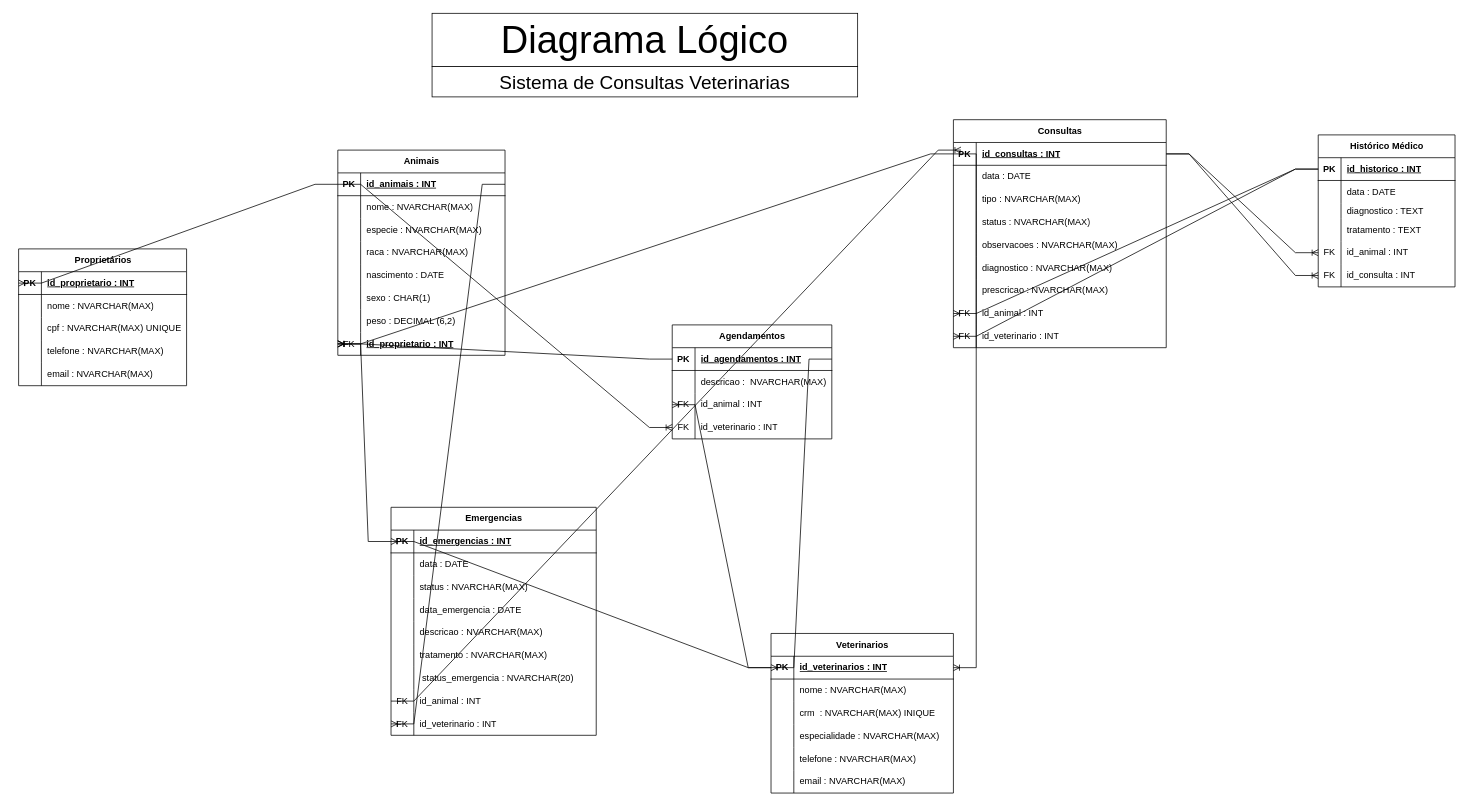
The draw.io diagram page "DiagramaLogico" (2 of 2) of Exercícios/Lista 2 - Banco de Dados/DiagramaLogicoVeterinario.drawio in GabrielRochaGomesDEV/BackEnd-Sprint-BancodeDados, before the edit. Source tidied: cells renumbered, new cells numbered last; positions are measured from the earlier drawing's top-left corner, leaving out a move shared by most shapes. Both pictures are drawn from the tidied source at 76%, with x=0, y=0 at pixel (18, 13).
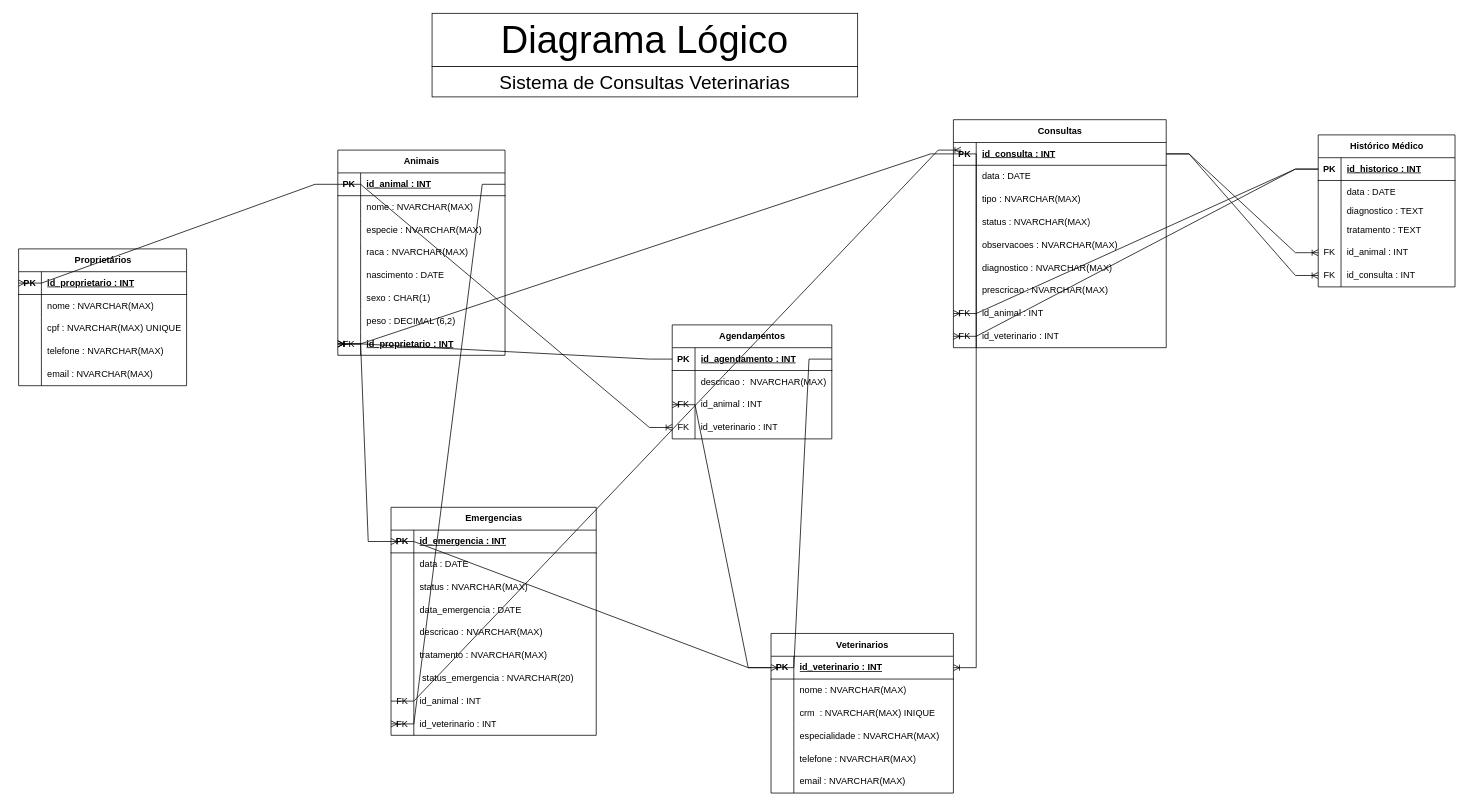
Above is the later version.

Commit message:
correção na escrita dos FK (FOREIGN KEY)

Unchanged cells that the change refers to:
```xml
<mxCell id="21" style="shape=tableRow;horizontal=0;startSize=0;swimlaneHead=0;swimlaneBody=0;fillColor=none;points=[[0,0.5],[1,0.5]];portConstraint=eastwest;top=0;left=0;right=0;bottom=1;" parent="20" vertex="1">
  <mxGeometry y="30" width="220" height="30" as="geometry" />
</mxCell>
<mxCell id="46" style="shape=tableRow;horizontal=0;startSize=0;swimlaneHead=0;swimlaneBody=0;fillColor=none;points=[[0,0.5],[1,0.5]];portConstraint=eastwest;top=0;left=0;right=0;bottom=1;" parent="45" vertex="1">
  <mxGeometry y="30" width="240" height="30" as="geometry" />
</mxCell>
<mxCell id="65" style="shape=tableRow;horizontal=0;startSize=0;swimlaneHead=0;swimlaneBody=0;fillColor=none;points=[[0,0.5],[1,0.5]];portConstraint=eastwest;top=0;left=0;right=0;bottom=1;" parent="64" vertex="1">
  <mxGeometry y="30" width="280" height="30" as="geometry" />
</mxCell>
<mxCell id="93" style="shape=tableRow;horizontal=0;startSize=0;swimlaneHead=0;swimlaneBody=0;fillColor=none;points=[[0,0.5],[1,0.5]];portConstraint=eastwest;top=0;left=0;right=0;bottom=1;" parent="92" vertex="1">
  <mxGeometry y="30" width="210" height="30" as="geometry" />
</mxCell>
<mxCell id="106" style="shape=tableRow;horizontal=0;startSize=0;swimlaneHead=0;swimlaneBody=0;fillColor=none;points=[[0,0.5],[1,0.5]];portConstraint=eastwest;top=0;left=0;right=0;bottom=1;" parent="105" vertex="1">
  <mxGeometry y="30" width="270" height="30" as="geometry" />
</mxCell>
```

What changed in the source:
```diff
@@
-    <mxCell id="23" value="id_animais : INT" style="shape=partialRectangle;fillColor=none;top=0;left=0;bottom=0;right=0;align=left;spacingLeft=6;fontStyle=5;overflow=hidden;whiteSpace=wrap;html=1;" parent="21" vertex="1">
+    <mxCell id="23" value="id_animal : INT" style="shape=partialRectangle;fillColor=none;top=0;left=0;bottom=0;right=0;align=left;spacingLeft=6;fontStyle=5;overflow=hidden;whiteSpace=wrap;html=1;" parent="21" vertex="1">
       <mxGeometry x="30" width="190" height="30" as="geometry" />
     </mxCell>
@@
-    <mxCell id="48" value="id_veterinarios : INT" style="shape=partialRectangle;fillColor=none;top=0;left=0;bottom=0;right=0;align=left;spacingLeft=6;fontStyle=5;overflow=hidden;whiteSpace=wrap;html=1;" parent="46" vertex="1">
+    <mxCell id="48" value="id_veterinario : INT" style="shape=partialRectangle;fillColor=none;top=0;left=0;bottom=0;right=0;align=left;spacingLeft=6;fontStyle=5;overflow=hidden;whiteSpace=wrap;html=1;" parent="46" vertex="1">
       <mxGeometry x="30" width="210" height="30" as="geometry" />
     </mxCell>
@@
-    <mxCell id="67" value="id_consultas : INT" style="shape=partialRectangle;fillColor=none;top=0;left=0;bottom=0;right=0;align=left;spacingLeft=6;fontStyle=5;overflow=hidden;whiteSpace=wrap;html=1;" parent="65" vertex="1">
+    <mxCell id="67" value="id_consulta : INT" style="shape=partialRectangle;fillColor=none;top=0;left=0;bottom=0;right=0;align=left;spacingLeft=6;fontStyle=5;overflow=hidden;whiteSpace=wrap;html=1;" parent="65" vertex="1">
       <mxGeometry x="30" width="250" height="30" as="geometry" />
     </mxCell>
@@
-    <mxCell id="95" value="id_agendamentos : INT" style="shape=partialRectangle;fillColor=none;top=0;left=0;bottom=0;right=0;align=left;spacingLeft=6;fontStyle=5;overflow=hidden;whiteSpace=wrap;html=1;" parent="93" vertex="1">
+    <mxCell id="95" value="id_agendamento : INT" style="shape=partialRectangle;fillColor=none;top=0;left=0;bottom=0;right=0;align=left;spacingLeft=6;fontStyle=5;overflow=hidden;whiteSpace=wrap;html=1;" parent="93" vertex="1">
       <mxGeometry x="30" width="180" height="30" as="geometry" />
     </mxCell>
@@
-    <mxCell id="108" value="id_emergencias : INT" style="shape=partialRectangle;fillColor=none;top=0;left=0;bottom=0;right=0;align=left;spacingLeft=6;fontStyle=5;overflow=hidden;whiteSpace=wrap;html=1;" parent="106" vertex="1">
+    <mxCell id="108" value="id_emergencia : INT" style="shape=partialRectangle;fillColor=none;top=0;left=0;bottom=0;right=0;align=left;spacingLeft=6;fontStyle=5;overflow=hidden;whiteSpace=wrap;html=1;" parent="106" vertex="1">
       <mxGeometry x="30" width="240" height="30" as="geometry" />
     </mxCell>
```
